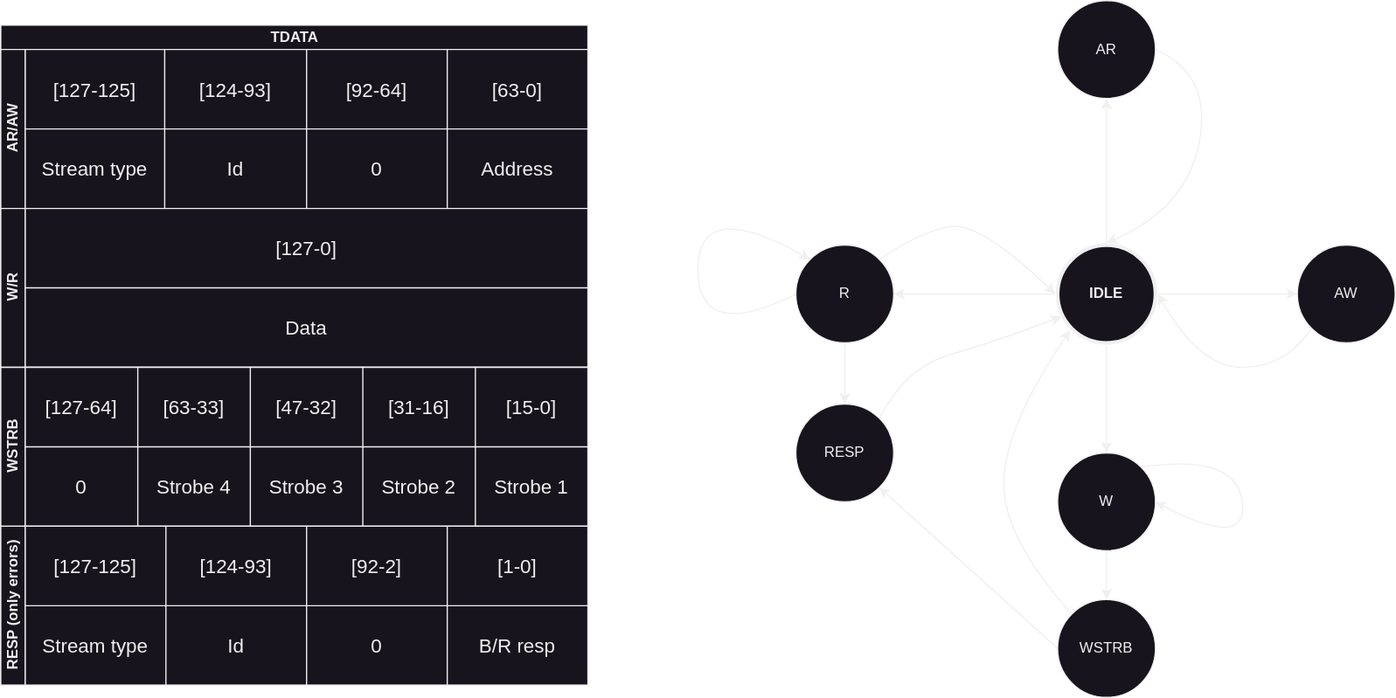
Before: StateMachine.svg, a diagram exported from draw.io (BU-Cyber-Physical-Systems-Lab/EthHelper). Source tidied: cells renumbered, new cells last; positions are measured from the earlier drawing's top-left corner, leaving out a move shared by most shapes.
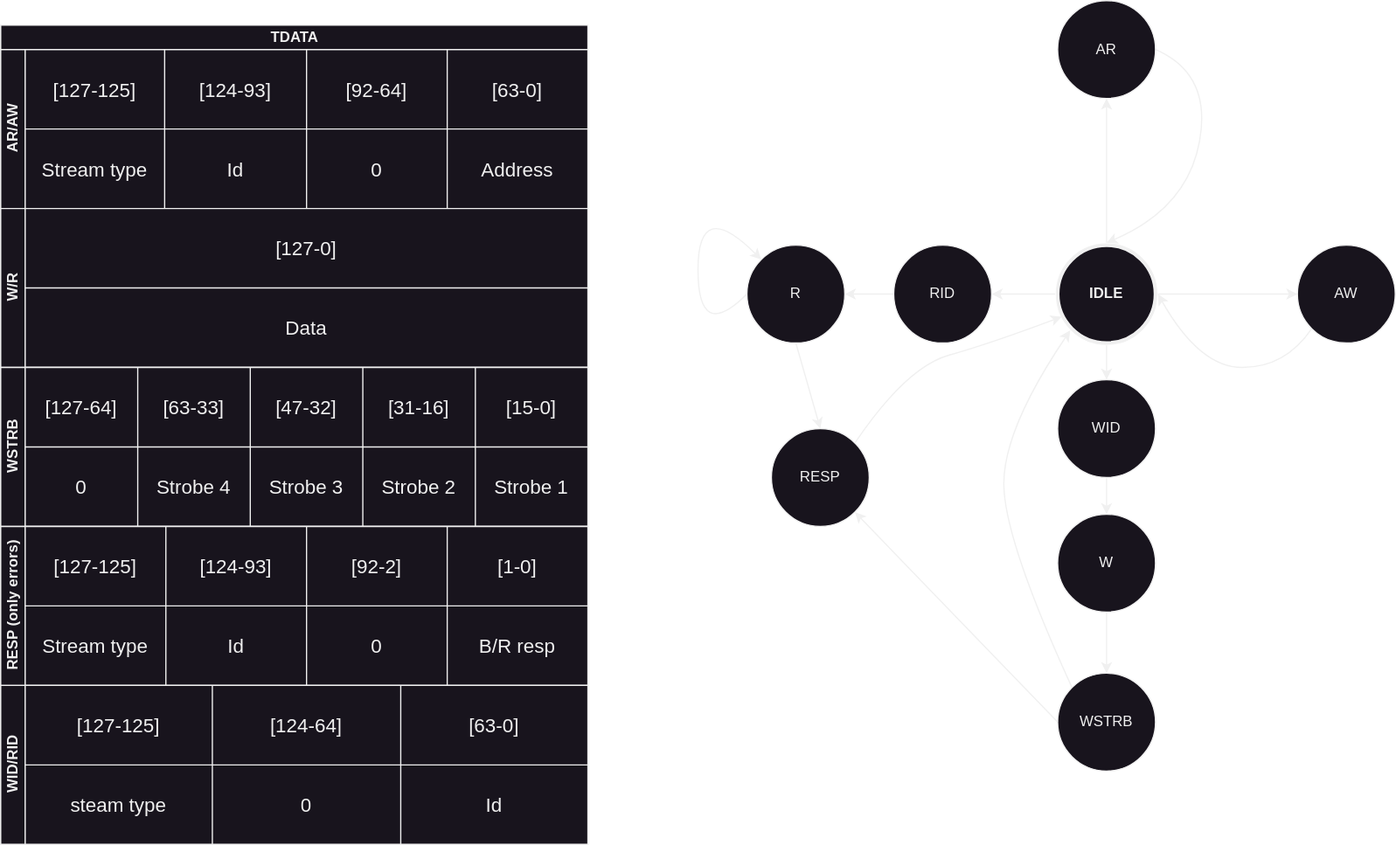
Later version of the same file.

Commit message:
fix(statemachine): add RID WID stated

The edit, as a diff of the source:
```diff
@@ -9,7 +9,7 @@
       <mxGeometry x="864" width="80" height="80" as="geometry" />
     </mxCell>
     <mxCell id="4" value="R" style="ellipse;whiteSpace=wrap;html=1;" parent="1" vertex="1">
-      <mxGeometry x="650" y="200" width="80" height="80" as="geometry" />
+      <mxGeometry x="610" y="200" width="80" height="80" as="geometry" />
     </mxCell>
     <mxCell id="5" style="endArrow=classic;html=1;rounded=0;entryX=0.5;entryY=1;entryDx=0;entryDy=0;exitX=0.5;exitY=0;exitDx=0;exitDy=0;" parent="1" edge="1" source="2" target="3">
       <mxGeometry relative="1" as="geometry" />
@@ -22,9 +22,6 @@
         </Array>
       </mxGeometry>
     </mxCell>
-    <mxCell id="7" style="endArrow=classic;html=1;rounded=0;exitX=0;exitY=0.5;exitDx=0;exitDy=0;entryX=1;entryY=0.5;entryDx=0;entryDy=0;" parent="1" edge="1" source="2" target="4">
-      <mxGeometry relative="1" as="geometry" />
-    </mxCell>
     <mxCell id="8" style="curved=1;endArrow=classic;html=1;rounded=0;exitX=0;exitY=0.5;exitDx=0;exitDy=0;entryX=0;entryY=0;entryDx=0;entryDy=0;" parent="1" edge="1" source="4" target="4">
       <mxGeometry relative="1" as="geometry">
         <Array as="points">
@@ -33,14 +30,6 @@
         </Array>
       </mxGeometry>
     </mxCell>
-    <mxCell id="9" style="curved=1;endArrow=classic;html=1;rounded=0;exitX=1;exitY=0;exitDx=0;exitDy=0;entryX=0;entryY=0.5;entryDx=0;entryDy=0;" parent="1" edge="1" source="4" target="2">
-      <mxGeometry relative="1" as="geometry">
-        <Array as="points">
-          <mxPoint x="750" y="190" />
-          <mxPoint x="800" y="180" />
-        </Array>
-      </mxGeometry>
-    </mxCell>
     <mxCell id="10" value="AW" style="ellipse;whiteSpace=wrap;html=1;" parent="1" vertex="1">
       <mxGeometry x="1060" y="200" width="80" height="80" as="geometry" />
     </mxCell>
@@ -56,17 +45,14 @@
       </mxGeometry>
     </mxCell>
     <mxCell id="13" value="W" style="ellipse;whiteSpace=wrap;html=1;" parent="1" vertex="1">
-      <mxGeometry x="864" y="370" width="80" height="80" as="geometry" />
+      <mxGeometry x="864" y="420" width="80" height="80" as="geometry" />
     </mxCell>
     <mxCell id="14" value="WSTRB" style="ellipse;whiteSpace=wrap;html=1;" parent="1" vertex="1">
-      <mxGeometry x="864" y="490" width="80" height="80" as="geometry" />
+      <mxGeometry x="864" y="550" width="80" height="80" as="geometry" />
     </mxCell>
     <mxCell id="15" value="RESP" style="ellipse;whiteSpace=wrap;html=1;" parent="1" vertex="1">
-      <mxGeometry x="650" y="330" width="80" height="80" as="geometry" />
+      <mxGeometry x="630" y="350" width="80" height="80" as="geometry" />
     </mxCell>
-    <mxCell id="16" style="endArrow=classic;html=1;rounded=0;exitX=0.5;exitY=1;exitDx=0;exitDy=0;entryX=0.5;entryY=0;entryDx=0;entryDy=0;" parent="1" edge="1" source="2" target="13">
-      <mxGeometry relative="1" as="geometry" />
-    </mxCell>
     <mxCell id="17" style="endArrow=classic;html=1;rounded=0;exitX=0.5;exitY=1;exitDx=0;exitDy=0;entryX=0.5;entryY=0;entryDx=0;entryDy=0;" parent="1" edge="1" source="13" target="14">
       <mxGeometry relative="1" as="geometry" />
     </mxCell>
@@ -81,16 +67,8 @@
         </Array>
       </mxGeometry>
     </mxCell>
-    <mxCell id="20" style="curved=1;endArrow=classic;html=1;rounded=0;exitX=1;exitY=0;exitDx=0;exitDy=0;entryX=1;entryY=0.5;entryDx=0;entryDy=0;" parent="1" edge="1" source="13" target="13">
-      <mxGeometry relative="1" as="geometry">
-        <Array as="points">
-          <mxPoint x="1010" y="370" />
-          <mxPoint x="1020" y="450" />
-        </Array>
-      </mxGeometry>
-    </mxCell>
     <mxCell id="21" value="TDATA" style="swimlane;horizontal=1;startSize=20;html=1;" parent="1" vertex="1">
-      <mxGeometry y="20" width="480" height="540" as="geometry" />
+      <mxGeometry y="20" width="480" height="670" as="geometry" />
     </mxCell>
     <mxCell id="22" value="AR/AW" style="swimlane;startSize=20;horizontal=0;html=1;" parent="21" vertex="1">
       <mxGeometry y="20" width="480" height="130" as="geometry" />
@@ -224,6 +202,36 @@
     <mxCell id="65" value="B/R resp" style="shape=partialRectangle;html=1;whiteSpace=wrap;strokeColor=inherit;overflow=hidden;fillColor=none;top=0;left=0;bottom=0;right=0;fontSize=16;" parent="61" vertex="1">
       <mxGeometry x="345" width="115" height="65" as="geometry" />
     </mxCell>
+    <mxCell id="68" value="WID/RID" style="swimlane;startSize=20;horizontal=0;html=1;" parent="21" vertex="1">
+      <mxGeometry y="540" width="480" height="130" as="geometry" />
+    </mxCell>
+    <mxCell id="69" style="shape=table;startSize=0;fontSize=16;" parent="68" vertex="1">
+      <mxGeometry x="20" width="460" height="130" as="geometry" />
+    </mxCell>
+    <mxCell id="70" style="shape=tableRow;horizontal=0;startSize=0;swimlaneHead=0;swimlaneBody=0;strokeColor=inherit;top=0;left=0;bottom=0;right=0;fillColor=none;fontSize=16;" parent="69" vertex="1">
+      <mxGeometry width="460" height="65" as="geometry" />
+    </mxCell>
+    <mxCell id="71" value="[127-125]" style="shape=partialRectangle;html=1;whiteSpace=wrap;strokeColor=inherit;overflow=hidden;fillColor=none;top=0;left=0;bottom=0;right=0;fontSize=16;" parent="70" vertex="1">
+      <mxGeometry width="153" height="65" as="geometry" />
+    </mxCell>
+    <mxCell id="72" value="[124-64]" style="shape=partialRectangle;html=1;whiteSpace=wrap;strokeColor=inherit;overflow=hidden;fillColor=none;top=0;left=0;bottom=0;right=0;fontSize=16;" parent="70" vertex="1">
+      <mxGeometry x="153" width="154" height="65" as="geometry" />
+    </mxCell>
+    <mxCell id="73" value="[63-0]" style="shape=partialRectangle;html=1;whiteSpace=wrap;strokeColor=inherit;overflow=hidden;fillColor=none;top=0;left=0;bottom=0;right=0;fontSize=16;" parent="70" vertex="1">
+      <mxGeometry x="307" width="153" height="65" as="geometry" />
+    </mxCell>
+    <mxCell id="74" style="shape=tableRow;horizontal=0;startSize=0;swimlaneHead=0;swimlaneBody=0;strokeColor=inherit;top=0;left=0;bottom=0;right=0;fillColor=none;fontSize=16;" parent="69" vertex="1">
+      <mxGeometry y="65" width="460" height="65" as="geometry" />
+    </mxCell>
+    <mxCell id="75" value="steam type" style="shape=partialRectangle;html=1;whiteSpace=wrap;strokeColor=inherit;overflow=hidden;fillColor=none;top=0;left=0;bottom=0;right=0;fontSize=16;" parent="74" vertex="1">
+      <mxGeometry width="153" height="65" as="geometry" />
+    </mxCell>
+    <mxCell id="76" value="0" style="shape=partialRectangle;html=1;whiteSpace=wrap;strokeColor=inherit;overflow=hidden;fillColor=none;top=0;left=0;bottom=0;right=0;fontSize=16;" parent="74" vertex="1">
+      <mxGeometry x="153" width="154" height="65" as="geometry" />
+    </mxCell>
+    <mxCell id="77" value="Id" style="shape=partialRectangle;html=1;whiteSpace=wrap;strokeColor=inherit;overflow=hidden;fillColor=none;top=0;left=0;bottom=0;right=0;fontSize=16;" parent="74" vertex="1">
+      <mxGeometry x="307" width="153" height="65" as="geometry" />
+    </mxCell>
     <mxCell id="66" style="endArrow=classic;html=1;rounded=0;exitX=0.5;exitY=1;exitDx=0;exitDy=0;entryX=0.5;entryY=0;entryDx=0;entryDy=0;" parent="1" edge="1" source="4" target="15">
       <mxGeometry relative="1" as="geometry" />
     </mxCell>
@@ -235,5 +243,23 @@
         </Array>
       </mxGeometry>
     </mxCell>
+    <mxCell id="78" value="RID" style="ellipse;whiteSpace=wrap;html=1;" parent="1" vertex="1">
+      <mxGeometry x="730" y="200" width="80" height="80" as="geometry" />
+    </mxCell>
+    <mxCell id="79" value="WID" style="ellipse;whiteSpace=wrap;html=1;" parent="1" vertex="1">
+      <mxGeometry x="864" y="310" width="80" height="80" as="geometry" />
+    </mxCell>
+    <mxCell id="80" style="endArrow=classic;html=1;rounded=0;entryX=1;entryY=0.5;entryDx=0;entryDy=0;exitX=0;exitY=0.5;exitDx=0;exitDy=0;" parent="1" edge="1" source="78" target="4">
+      <mxGeometry relative="1" as="geometry" />
+    </mxCell>
+    <mxCell id="81" style="endArrow=classic;html=1;rounded=0;entryX=1;entryY=0.5;entryDx=0;entryDy=0;exitX=0;exitY=0.5;exitDx=0;exitDy=0;" parent="1" edge="1" source="2" target="78">
+      <mxGeometry relative="1" as="geometry" />
+    </mxCell>
+    <mxCell id="82" style="endArrow=classic;html=1;rounded=0;exitX=0.5;exitY=1;exitDx=0;exitDy=0;entryX=0.5;entryY=0;entryDx=0;entryDy=0;" parent="1" edge="1" source="2" target="79">
+      <mxGeometry relative="1" as="geometry" />
+    </mxCell>
+    <mxCell id="83" style="endArrow=classic;html=1;rounded=0;exitX=0.5;exitY=1;exitDx=0;exitDy=0;entryX=0.5;entryY=0;entryDx=0;entryDy=0;" parent="1" edge="1" source="79" target="13">
+      <mxGeometry relative="1" as="geometry" />
+    </mxCell>
   </root>
 </mxGraphModel>
```
